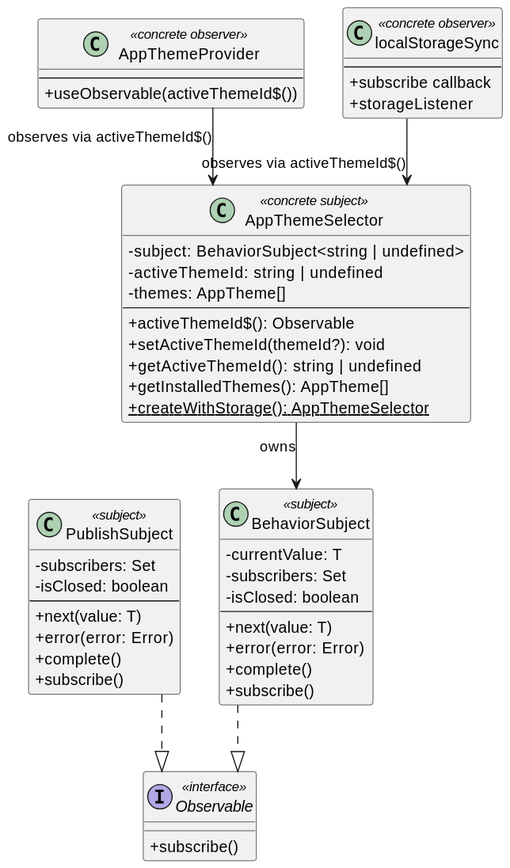
The PlantUML diagram Reports/Software_Deisgn_img/AppThemeSelector_observer.svg in Group06-SwDA/Project, before a commit.
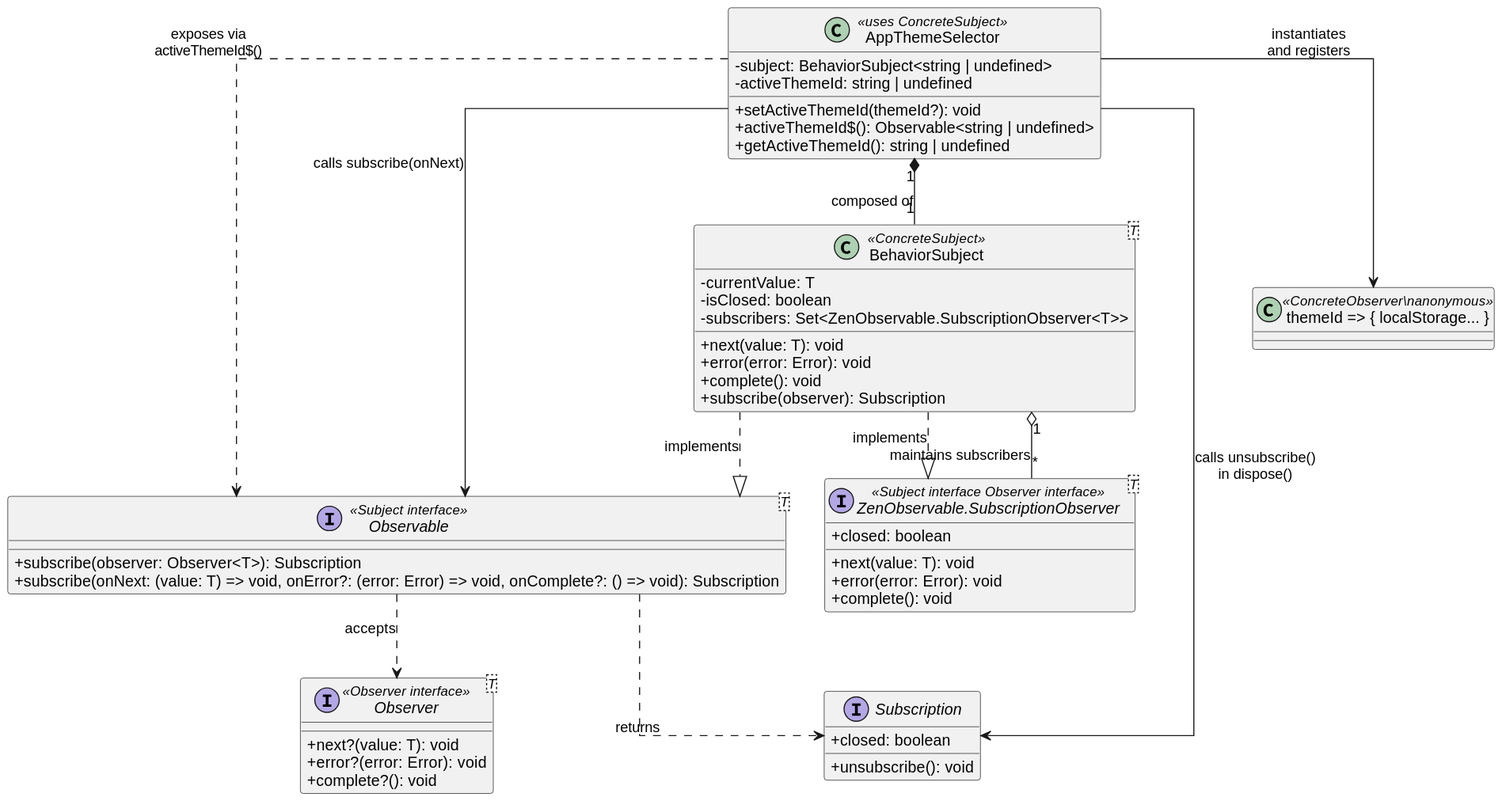
Above is the later version.

Commit message:
docs: Written Observer design pattern

Change to the diagram source:
```diff
@@ -1,58 +1,67 @@
 @startuml
+skinparam linetype ortho
 skinparam classAttributeIconSize 0
-skinparam linetype ortho
 
-interface Observable <<interface>> {
-  + subscribe()
+
+interface "Observable<T>" as Observable <<Subject interface>> {
+  +subscribe(observer: Observer<T>): Subscription
+  +subscribe(onNext: (value: T) => void, onError?: (error: Error) => void, onComplete?: () => void): Subscription
 }
 
-class PublishSubject <<subject>> {
-  - subscribers: Set
-  - isClosed: boolean
-  --
-  + next(value: T)
-  + error(error: Error)
-  + complete()
-  + subscribe()
+interface "ZenObservable.SubscriptionObserver<T>" as ZenSubscriptionObserver <<Subject interface Observer interface>> {
+  +next(value: T): void
+  +error(error: Error): void
+  +complete(): void
+  +closed: boolean
 }
 
-class BehaviorSubject <<subject>> {
-  - currentValue: T
-  - subscribers: Set
-  - isClosed: boolean
-  --
-  + next(value: T)
-  + error(error: Error)
-  + complete()
-  + subscribe()
+class "BehaviorSubject<T>" as BehaviorSubject <<ConcreteSubject>> {
+  -currentValue: T
+  -isClosed: boolean
+  -subscribers: Set<ZenObservable.SubscriptionObserver<T>>
+  +next(value: T): void
+  +error(error: Error): void
+  +complete(): void
+  +subscribe(observer): Subscription
 }
 
-class AppThemeSelector <<concrete subject>> {
-  - subject: BehaviorSubject<string | undefined>
-  - activeThemeId: string | undefined
-  - themes: AppTheme[]
-  --
-  + activeThemeId$(): Observable
-  + setActiveThemeId(themeId?): void
-  + getActiveThemeId(): string | undefined
-  + getInstalledThemes(): AppTheme[]
-  + {static} createWithStorage(): AppThemeSelector
+class AppThemeSelector <<uses ConcreteSubject>> {
+  -subject: BehaviorSubject<string | undefined>
+  -activeThemeId: string | undefined
+  +setActiveThemeId(themeId?): void
+  +activeThemeId$(): Observable<string | undefined>
+  +getActiveThemeId(): string | undefined
 }
 
-class AppThemeProvider <<concrete observer>> {
-  --
-  + useObservable(activeThemeId$())
+
+interface "Observer<T>" as ObserverInterface <<Observer interface>> {
+  +next?(value: T): void
+  +error?(error: Error): void
+  +complete?(): void
 }
 
-class localStorageSync <<concrete observer>> {
-  --
-  + subscribe callback
-  + storageListener
+
+interface "Subscription" as Subscription {
+  +unsubscribe(): void
+  +closed: boolean
 }
 
-PublishSubject ..|> Observable
-BehaviorSubject ..|> Observable
-AppThemeSelector --> BehaviorSubject : owns
-AppThemeProvider --> AppThemeSelector : observes via activeThemeId$()
-localStorageSync --> AppThemeSelector : observes via activeThemeId$()
+class "themeId => { localStorage... }" as LocalStorageCallback <<ConcreteObserver\nanonymous>> {
+}
+
+
+
+BehaviorSubject ..|> Observable : implements
+BehaviorSubject ..|> ZenSubscriptionObserver : implements
+BehaviorSubject "1" o-- "*" ZenSubscriptionObserver : maintains subscribers
+
+Observable ..> Subscription : returns
+Observable ..> ObserverInterface : accepts
+
+AppThemeSelector "1" *-- "1" BehaviorSubject : composed of
+AppThemeSelector ..> Observable : exposes via\nactiveThemeId$()
+
+AppThemeSelector --> Observable : calls subscribe(onNext)
+AppThemeSelector --> LocalStorageCallback : instantiates\nand registers
+AppThemeSelector --> Subscription : calls unsubscribe()\nin dispose()
 @enduml
```
